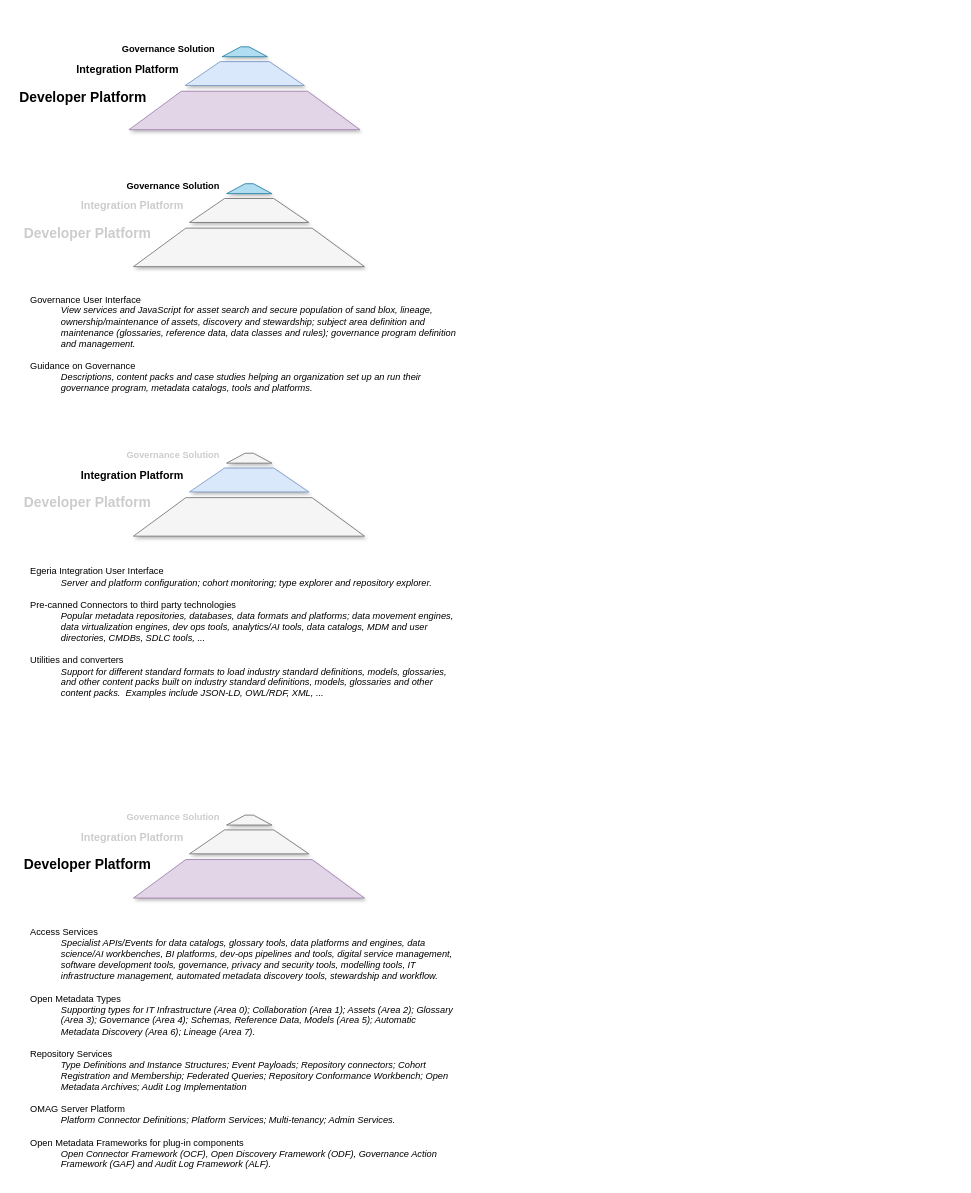
This is page "functional-detail" (2 of 13) of open-metadata-publication/website/roadmap/egeria-status.drawio from odpi/egeria, a draw.io file, before an edit. Source tidied: cells renumbered, new cells numbered last; positions are measured from the earlier drawing's top-left corner, leaving out a move shared by most shapes. Both pictures are drawn from the tidied source at 77%, with x=0, y=0 at pixel (13, 41).
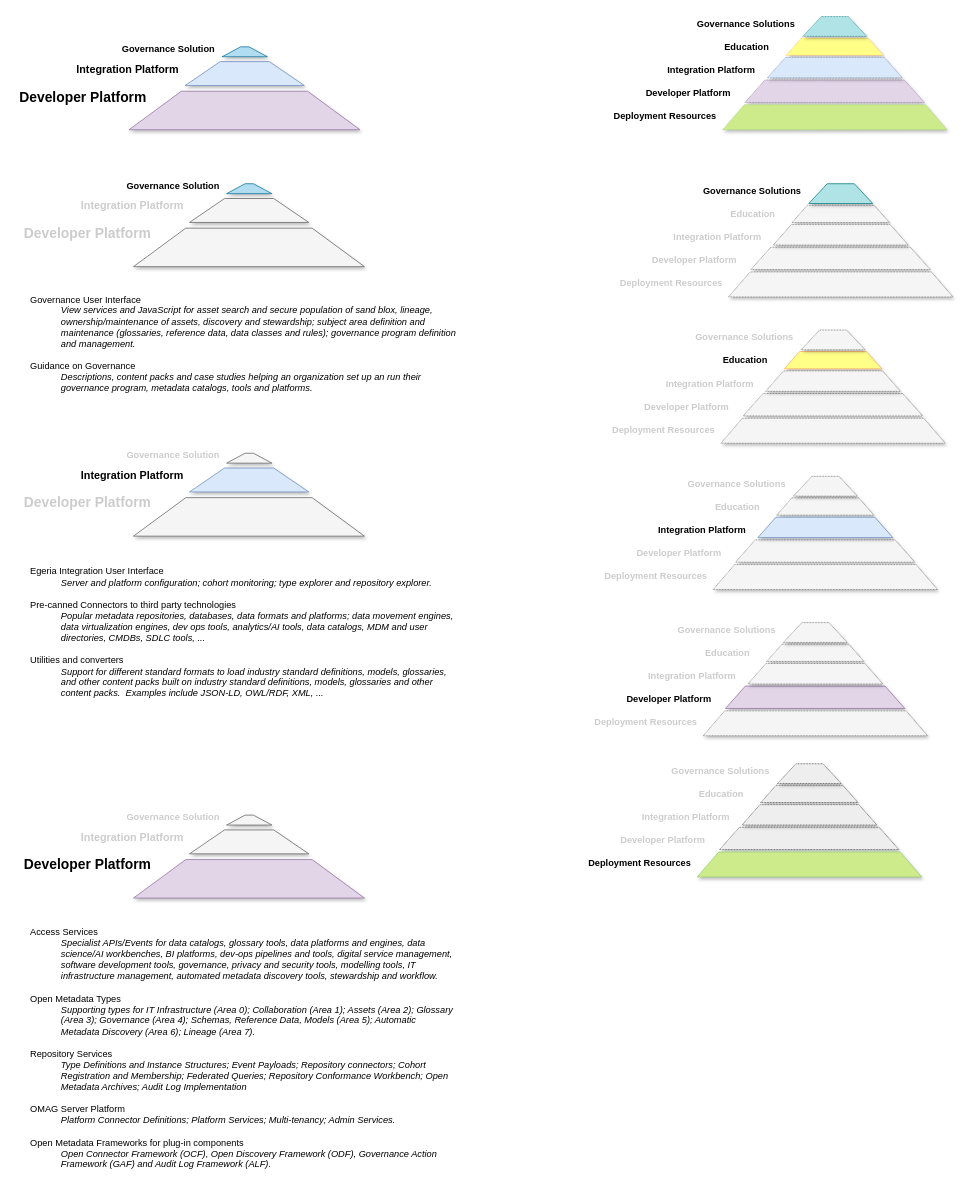
Above is the later version.

The edit, as a diff of the source:
```diff
@@
-    <mxCell id="6" style="shape=trapezoid;perimeter=trapezoidPerimeter;whiteSpace=wrap;html=1;size=0.4080244814688881;fillColor=#b1ddf0;strokeColor=#10739e;shadow=1;fontSize=12;" parent="1" vertex="1">
+    <mxCell id="6" style="shape=trapezoid;perimeter=trapezoidPerimeter;whiteSpace=wrap;html=1;size=0.4080244814688881;fillColor=#b1ddf0;strokeColor=#10739e;shadow=1;fontSize=16;" parent="1" vertex="1">
       <mxGeometry x="271" y="7.3" width="58.8" height="12.9" as="geometry" />
     </mxCell>
@@
-    <mxCell id="13" style="shape=trapezoid;perimeter=trapezoidPerimeter;whiteSpace=wrap;html=1;size=0.4080244814688881;fillColor=#b1ddf0;strokeColor=#10739e;shadow=1;fontSize=12;" parent="1" vertex="1">
+    <mxCell id="13" style="shape=trapezoid;perimeter=trapezoidPerimeter;whiteSpace=wrap;html=1;size=0.4080244814688881;fillColor=#b1ddf0;strokeColor=#10739e;shadow=1;fontSize=16;" parent="1" vertex="1">
       <mxGeometry x="276.8" y="185.1" width="58.8" height="12.9" as="geometry" />
     </mxCell>
@@
+    <mxCell id="29" value="Governance Solutions" style="text;html=1;align=center;verticalAlign=middle;fontSize=12;fontStyle=1;" parent="1" vertex="1">
+      <mxGeometry x="881" y="-32" width="140" height="20" as="geometry" />
+    </mxCell>
+    <mxCell id="30" value="Developer Platform" style="text;html=1;align=center;verticalAlign=middle;fontSize=12;fontStyle=1;shadow=0;rounded=1;" parent="1" vertex="1">
+      <mxGeometry x="811" y="58" width="130" height="20" as="geometry" />
+    </mxCell>
+    <mxCell id="31" value="Deployment Resources" style="text;html=1;align=center;verticalAlign=middle;fontSize=12;fontStyle=1;shadow=0;rounded=1;" parent="1" vertex="1">
+      <mxGeometry x="771" y="87.6" width="150" height="20" as="geometry" />
+    </mxCell>
+    <mxCell id="32" value="Integration Platform" style="text;html=1;align=center;verticalAlign=middle;fontSize=12;fontStyle=1;" parent="1" vertex="1">
+      <mxGeometry x="841" y="28" width="130" height="20" as="geometry" />
+    </mxCell>
+    <mxCell id="33" value="Education" style="text;html=1;align=center;verticalAlign=middle;fontSize=12;fontStyle=1;" parent="1" vertex="1">
+      <mxGeometry x="917" y="-2" width="70" height="20" as="geometry" />
+    </mxCell>
+    <mxCell id="34" style="group;" parent="1" vertex="1">
+      <mxGeometry x="921" y="-32" width="291.4" height="147" as="geometry" />
+    </mxCell>
+    <mxCell id="35" style="shape=trapezoid;perimeter=trapezoidPerimeter;whiteSpace=wrap;html=1;size=0.11089108910891089;fillColor=#e1d5e7;strokeColor=#9673a6;shadow=1;dashed=1;dashPattern=1 1;" parent="34" vertex="1">
+      <mxGeometry x="29" y="82.4" width="232.9" height="29.1" as="geometry" />
+    </mxCell>
+    <mxCell id="36" style="shape=trapezoid;perimeter=trapezoidPerimeter;whiteSpace=wrap;html=1;size=0.15714285714285714;fillColor=#ffff88;strokeColor=#FFB366;shadow=1;dashed=1;dashPattern=1 1;" parent="34" vertex="1">
+      <mxGeometry x="82.5" y="27.9" width="126.3" height="22.5" as="geometry" />
+    </mxCell>
+    <mxCell id="37" style="shape=trapezoid;perimeter=trapezoidPerimeter;whiteSpace=wrap;html=1;size=0.28888888888888886;fillColor=#b0e3e6;strokeColor=#0e8088;shadow=1;fontSize=12;dashed=1;dashPattern=1 1;" parent="34" vertex="1">
+      <mxGeometry x="104.2" width="83" height="25.7" as="geometry" />
+    </mxCell>
+    <mxCell id="38" style="shape=trapezoid;perimeter=trapezoidPerimeter;whiteSpace=wrap;html=1;size=0.13333333333333333;fillColor=#dae8fc;strokeColor=#6c8ebf;shadow=1;dashed=1;dashPattern=1 1;" parent="34" vertex="1">
+      <mxGeometry x="58.1" y="53.1" width="175.2" height="26.5" as="geometry" />
+    </mxCell>
+    <mxCell id="39" style="shape=trapezoid;perimeter=trapezoidPerimeter;whiteSpace=wrap;html=1;size=0.09583333333333334;fillColor=#cdeb8b;strokeColor=#97D077;shadow=1;dashed=1;dashPattern=1 1;" parent="34" vertex="1">
+      <mxGeometry y="114.6" width="291.4" height="32.4" as="geometry" />
+    </mxCell>
+    <mxCell id="40" value="Governance Solutions" style="text;html=1;align=center;verticalAlign=middle;fontSize=12;fontStyle=1;fontColor=#CCCCCC;" parent="1" vertex="1">
+      <mxGeometry x="848" y="938.4" width="140" height="20" as="geometry" />
+    </mxCell>
+    <mxCell id="41" value="Developer Platform" style="text;html=1;align=center;verticalAlign=middle;fontSize=12;fontStyle=1;shadow=0;rounded=1;fontColor=#CCCCCC;" parent="1" vertex="1">
+      <mxGeometry x="778" y="1028.4" width="130" height="20" as="geometry" />
+    </mxCell>
+    <mxCell id="42" value="Deployment Resources" style="text;html=1;align=center;verticalAlign=middle;fontSize=12;fontStyle=1;shadow=0;rounded=1;" parent="1" vertex="1">
+      <mxGeometry x="738" y="1058" width="150" height="20" as="geometry" />
+    </mxCell>
+    <mxCell id="43" value="Integration Platform" style="text;html=1;align=center;verticalAlign=middle;fontSize=12;fontStyle=1;fontColor=#CCCCCC;" parent="1" vertex="1">
+      <mxGeometry x="808" y="998.4" width="130" height="20" as="geometry" />
+    </mxCell>
+    <mxCell id="44" value="Education" style="text;html=1;align=center;verticalAlign=middle;fontSize=12;fontStyle=1;fontColor=#CCCCCC;" parent="1" vertex="1">
+      <mxGeometry x="884" y="968.4" width="70" height="20" as="geometry" />
+    </mxCell>
+    <mxCell id="45" value="Governance Solutions" style="text;html=1;align=center;verticalAlign=middle;fontSize=12;fontStyle=1;" parent="1" vertex="1">
+      <mxGeometry x="888.7" y="185.1" width="140" height="20" as="geometry" />
+    </mxCell>
+    <mxCell id="46" value="Developer Platform" style="text;html=1;align=center;verticalAlign=middle;fontSize=12;fontStyle=1;shadow=0;rounded=1;fontColor=#CCCCCC;" parent="1" vertex="1">
+      <mxGeometry x="818.7" y="275.1" width="130" height="20" as="geometry" />
+    </mxCell>
+    <mxCell id="47" value="Deployment Resources" style="text;html=1;align=center;verticalAlign=middle;fontSize=12;fontStyle=1;shadow=0;rounded=1;fontColor=#CCCCCC;" parent="1" vertex="1">
+      <mxGeometry x="778.7" y="304.7" width="150" height="20" as="geometry" />
+    </mxCell>
+    <mxCell id="48" value="Integration Platform" style="text;html=1;align=center;verticalAlign=middle;fontSize=12;fontStyle=1;fontColor=#CCCCCC;" parent="1" vertex="1">
+      <mxGeometry x="848.7" y="245.1" width="130" height="20" as="geometry" />
+    </mxCell>
+    <mxCell id="49" value="Education" style="text;html=1;align=center;verticalAlign=middle;fontSize=12;fontStyle=1;fontColor=#CCCCCC;fillColor=none;strokeColor=none;dashed=1;dashPattern=1 1;" parent="1" vertex="1">
+      <mxGeometry x="924.7" y="215.1" width="70" height="20" as="geometry" />
+    </mxCell>
+    <mxCell id="50" value="Governance Solutions" style="text;html=1;align=center;verticalAlign=middle;fontSize=12;fontStyle=1;fontColor=#CCCCCC;" parent="1" vertex="1">
+      <mxGeometry x="878.7" y="375.1" width="140" height="20" as="geometry" />
+    </mxCell>
+    <mxCell id="51" value="Developer Platform" style="text;html=1;align=center;verticalAlign=middle;fontSize=12;fontStyle=1;shadow=0;rounded=1;fontColor=#CCCCCC;" parent="1" vertex="1">
+      <mxGeometry x="808.7" y="465.1" width="130" height="20" as="geometry" />
+    </mxCell>
+    <mxCell id="52" value="Deployment Resources" style="text;html=1;align=center;verticalAlign=middle;fontSize=12;fontStyle=1;shadow=0;rounded=1;fontColor=#CCCCCC;" parent="1" vertex="1">
+      <mxGeometry x="768.7" y="494.7" width="150" height="20" as="geometry" />
+    </mxCell>
+    <mxCell id="53" value="Integration Platform" style="text;html=1;align=center;verticalAlign=middle;fontSize=12;fontStyle=1;fontColor=#CCCCCC;" parent="1" vertex="1">
+      <mxGeometry x="838.7" y="435.1" width="130" height="20" as="geometry" />
+    </mxCell>
+    <mxCell id="54" value="Education" style="text;html=1;align=center;verticalAlign=middle;fontSize=12;fontStyle=1;" parent="1" vertex="1">
+      <mxGeometry x="914.7" y="405.1" width="70" height="20" as="geometry" />
+    </mxCell>
+    <mxCell id="55" value="Governance Solutions" style="text;html=1;align=center;verticalAlign=middle;fontSize=12;fontStyle=1;fontColor=#CCCCCC;" parent="1" vertex="1">
+      <mxGeometry x="868.7" y="565.1" width="140" height="20" as="geometry" />
+    </mxCell>
+    <mxCell id="56" value="Developer Platform" style="text;html=1;align=center;verticalAlign=middle;fontSize=12;fontStyle=1;shadow=0;rounded=1;fontColor=#CCCCCC;" parent="1" vertex="1">
+      <mxGeometry x="798.7" y="655.1" width="130" height="20" as="geometry" />
+    </mxCell>
+    <mxCell id="57" value="Deployment Resources" style="text;html=1;align=center;verticalAlign=middle;fontSize=12;fontStyle=1;shadow=0;rounded=1;fontColor=#CCCCCC;" parent="1" vertex="1">
+      <mxGeometry x="758.7" y="684.7" width="150" height="20" as="geometry" />
+    </mxCell>
+    <mxCell id="58" value="Integration Platform" style="text;html=1;align=center;verticalAlign=middle;fontSize=12;fontStyle=1;" parent="1" vertex="1">
+      <mxGeometry x="828.7" y="625.1" width="130" height="20" as="geometry" />
+    </mxCell>
+    <mxCell id="59" value="Education" style="text;html=1;align=center;verticalAlign=middle;fontSize=12;fontStyle=1;fontColor=#CCCCCC;" parent="1" vertex="1">
+      <mxGeometry x="904.7" y="595.1" width="70" height="20" as="geometry" />
+    </mxCell>
+    <mxCell id="60" value="Governance Solutions" style="text;html=1;align=center;verticalAlign=middle;fontSize=12;fontStyle=1;fontColor=#CCCCCC;" parent="1" vertex="1">
+      <mxGeometry x="855.7" y="755.1" width="140" height="20" as="geometry" />
+    </mxCell>
+    <mxCell id="61" value="Developer Platform" style="text;html=1;align=center;verticalAlign=middle;fontSize=12;fontStyle=1;shadow=0;rounded=1;" parent="1" vertex="1">
+      <mxGeometry x="785.7" y="845.1" width="130" height="20" as="geometry" />
+    </mxCell>
+    <mxCell id="62" value="Deployment Resources" style="text;html=1;align=center;verticalAlign=middle;fontSize=12;fontStyle=1;shadow=0;rounded=1;fontColor=#CCCCCC;" parent="1" vertex="1">
+      <mxGeometry x="745.7" y="874.7" width="150" height="20" as="geometry" />
+    </mxCell>
+    <mxCell id="63" value="Integration Platform" style="text;html=1;align=center;verticalAlign=middle;fontSize=12;fontStyle=1;fontColor=#CCCCCC;" parent="1" vertex="1">
+      <mxGeometry x="815.7" y="815.1" width="130" height="20" as="geometry" />
+    </mxCell>
+    <mxCell id="64" value="Education" style="text;html=1;align=center;verticalAlign=middle;fontSize=12;fontStyle=1;fontColor=#CCCCCC;" parent="1" vertex="1">
+      <mxGeometry x="891.7" y="785.1" width="70" height="20" as="geometry" />
+    </mxCell>
+    <mxCell id="65" style="shape=trapezoid;perimeter=trapezoidPerimeter;whiteSpace=wrap;html=1;size=0.11089108910891089;fillColor=#e1d5e7;strokeColor=#9673a6;shadow=1;" parent="1" vertex="1">
+      <mxGeometry x="924.7" y="837.5" width="232.9" height="29.1" as="geometry" />
+    </mxCell>
+    <mxCell id="66" style="shape=trapezoid;perimeter=trapezoidPerimeter;whiteSpace=wrap;html=1;size=0.15714285714285714;fillColor=#f5f5f5;strokeColor=#666666;shadow=1;fontColor=#333333;dashed=1;dashPattern=1 1;" parent="1" vertex="1">
+      <mxGeometry x="978.2" y="783" width="126.3" height="22.5" as="geometry" />
+    </mxCell>
+    <mxCell id="67" style="shape=trapezoid;perimeter=trapezoidPerimeter;whiteSpace=wrap;html=1;size=0.28888888888888886;fillColor=#f5f5f5;strokeColor=#666666;shadow=1;fontSize=12;fontColor=#333333;dashed=1;dashPattern=1 1;" parent="1" vertex="1">
+      <mxGeometry x="999.9" y="755.1" width="83" height="25.7" as="geometry" />
+    </mxCell>
+    <mxCell id="68" style="shape=trapezoid;perimeter=trapezoidPerimeter;whiteSpace=wrap;html=1;size=0.13333333333333333;fillColor=#f5f5f5;strokeColor=#666666;shadow=1;fontColor=#333333;dashed=1;dashPattern=1 1;" parent="1" vertex="1">
+      <mxGeometry x="953.8" y="808.2" width="175.2" height="26.5" as="geometry" />
+    </mxCell>
+    <mxCell id="69" style="shape=trapezoid;perimeter=trapezoidPerimeter;whiteSpace=wrap;html=1;size=0.09583333333333334;fillColor=#f5f5f5;strokeColor=#666666;shadow=1;fontColor=#333333;dashed=1;dashPattern=1 1;" parent="1" vertex="1">
+      <mxGeometry x="895.7" y="869.7" width="291.4" height="32.4" as="geometry" />
+    </mxCell>
+    <mxCell id="70" style="shape=trapezoid;perimeter=trapezoidPerimeter;whiteSpace=wrap;html=1;size=0.11089108910891089;fillColor=#f5f5f5;strokeColor=#666666;shadow=1;fontColor=#333333;dashed=1;dashPattern=1 1;" parent="1" vertex="1">
+      <mxGeometry x="937.7" y="647.5" width="232.9" height="29.1" as="geometry" />
+    </mxCell>
+    <mxCell id="71" style="shape=trapezoid;perimeter=trapezoidPerimeter;whiteSpace=wrap;html=1;size=0.15714285714285714;fillColor=#f5f5f5;strokeColor=#666666;shadow=1;fontColor=#333333;dashed=1;dashPattern=1 1;" parent="1" vertex="1">
+      <mxGeometry x="991.2" y="593" width="126.3" height="22.5" as="geometry" />
+    </mxCell>
+    <mxCell id="72" style="shape=trapezoid;perimeter=trapezoidPerimeter;whiteSpace=wrap;html=1;size=0.28888888888888886;fillColor=#f5f5f5;strokeColor=#666666;shadow=1;fontSize=12;fontColor=#333333;dashed=1;dashPattern=1 1;" parent="1" vertex="1">
+      <mxGeometry x="1012.9" y="565.1" width="83" height="25.7" as="geometry" />
+    </mxCell>
+    <mxCell id="73" style="shape=trapezoid;perimeter=trapezoidPerimeter;whiteSpace=wrap;html=1;size=0.13333333333333333;fillColor=#dae8fc;strokeColor=#6c8ebf;shadow=1;" parent="1" vertex="1">
+      <mxGeometry x="966.8" y="618.2" width="175.2" height="26.5" as="geometry" />
+    </mxCell>
+    <mxCell id="74" style="shape=trapezoid;perimeter=trapezoidPerimeter;whiteSpace=wrap;html=1;size=0.09583333333333334;fillColor=#f5f5f5;strokeColor=#666666;shadow=1;fontColor=#333333;dashed=1;dashPattern=1 1;" parent="1" vertex="1">
+      <mxGeometry x="908.7" y="679.7" width="291.4" height="32.4" as="geometry" />
+    </mxCell>
+    <mxCell id="75" style="shape=trapezoid;perimeter=trapezoidPerimeter;whiteSpace=wrap;html=1;size=0.11089108910891089;fillColor=#f5f5f5;strokeColor=#666666;shadow=1;fontColor=#333333;dashed=1;dashPattern=1 1;" parent="1" vertex="1">
+      <mxGeometry x="947.7" y="457.5" width="232.9" height="29.1" as="geometry" />
+    </mxCell>
+    <mxCell id="76" style="shape=trapezoid;perimeter=trapezoidPerimeter;whiteSpace=wrap;html=1;size=0.15714285714285714;fillColor=#ffff88;strokeColor=#FFB366;shadow=1;" parent="1" vertex="1">
+      <mxGeometry x="1001.2" y="403" width="126.3" height="22.5" as="geometry" />
+    </mxCell>
+    <mxCell id="77" style="shape=trapezoid;perimeter=trapezoidPerimeter;whiteSpace=wrap;html=1;size=0.28888888888888886;fillColor=#f5f5f5;strokeColor=#666666;shadow=1;fontSize=12;fontColor=#333333;dashed=1;dashPattern=1 1;" parent="1" vertex="1">
+      <mxGeometry x="1022.9" y="375.1" width="83" height="25.7" as="geometry" />
+    </mxCell>
+    <mxCell id="78" style="shape=trapezoid;perimeter=trapezoidPerimeter;whiteSpace=wrap;html=1;size=0.13333333333333333;fillColor=#f5f5f5;strokeColor=#666666;shadow=1;fontColor=#333333;dashed=1;dashPattern=1 1;" parent="1" vertex="1">
+      <mxGeometry x="976.8" y="428.2" width="175.2" height="26.5" as="geometry" />
+    </mxCell>
+    <mxCell id="79" style="shape=trapezoid;perimeter=trapezoidPerimeter;whiteSpace=wrap;html=1;size=0.09583333333333334;fillColor=#f5f5f5;strokeColor=#666666;shadow=1;fontColor=#333333;dashed=1;dashPattern=1 1;" parent="1" vertex="1">
+      <mxGeometry x="918.7" y="489.7" width="291.4" height="32.4" as="geometry" />
+    </mxCell>
+    <mxCell id="80" style="shape=trapezoid;perimeter=trapezoidPerimeter;whiteSpace=wrap;html=1;size=0.11089108910891089;fillColor=#f5f5f5;strokeColor=#666666;shadow=1;fontColor=#333333;dashed=1;dashPattern=1 1;" parent="1" vertex="1">
+      <mxGeometry x="957.7" y="267.5" width="232.9" height="29.1" as="geometry" />
+    </mxCell>
+    <mxCell id="81" style="shape=trapezoid;perimeter=trapezoidPerimeter;whiteSpace=wrap;html=1;size=0.15714285714285714;fillColor=#f5f5f5;strokeColor=#666666;shadow=1;fontColor=#333333;dashed=1;dashPattern=1 1;" parent="1" vertex="1">
+      <mxGeometry x="1011.2" y="213" width="126.3" height="22.5" as="geometry" />
+    </mxCell>
+    <mxCell id="82" style="shape=trapezoid;perimeter=trapezoidPerimeter;whiteSpace=wrap;html=1;size=0.28888888888888886;fillColor=#b0e3e6;strokeColor=#0e8088;shadow=1;fontSize=12;" parent="1" vertex="1">
+      <mxGeometry x="1032.9" y="185.1" width="83" height="25.7" as="geometry" />
+    </mxCell>
+    <mxCell id="83" style="shape=trapezoid;perimeter=trapezoidPerimeter;whiteSpace=wrap;html=1;size=0.13333333333333333;fillColor=#f5f5f5;strokeColor=#666666;shadow=1;fontColor=#333333;dashed=1;dashPattern=1 1;" parent="1" vertex="1">
+      <mxGeometry x="986.8" y="238.2" width="175.2" height="26.5" as="geometry" />
+    </mxCell>
+    <mxCell id="84" style="shape=trapezoid;perimeter=trapezoidPerimeter;whiteSpace=wrap;html=1;size=0.09583333333333334;fillColor=#f5f5f5;strokeColor=#666666;shadow=1;fontColor=#333333;dashed=1;dashPattern=1 1;" parent="1" vertex="1">
+      <mxGeometry x="928.7" y="299.7" width="291.4" height="32.4" as="geometry" />
+    </mxCell>
+    <mxCell id="85" style="shape=trapezoid;perimeter=trapezoidPerimeter;whiteSpace=wrap;html=1;size=0.11089108910891089;fillColor=#eeeeee;strokeColor=#36393d;shadow=1;dashed=1;dashPattern=1 1;" parent="1" vertex="1">
+      <mxGeometry x="917" y="1020.8" width="232.9" height="29.1" as="geometry" />
+    </mxCell>
+    <mxCell id="86" style="shape=trapezoid;perimeter=trapezoidPerimeter;whiteSpace=wrap;html=1;size=0.15714285714285714;fillColor=#eeeeee;strokeColor=#36393d;shadow=1;dashed=1;dashPattern=1 1;" parent="1" vertex="1">
+      <mxGeometry x="970.5" y="966.3" width="126.3" height="22.5" as="geometry" />
+    </mxCell>
+    <mxCell id="87" style="shape=trapezoid;perimeter=trapezoidPerimeter;whiteSpace=wrap;html=1;size=0.28888888888888886;fillColor=#eeeeee;strokeColor=#36393d;shadow=1;fontSize=12;dashed=1;dashPattern=1 1;" parent="1" vertex="1">
+      <mxGeometry x="992.2" y="938.4" width="83" height="25.7" as="geometry" />
+    </mxCell>
+    <mxCell id="88" style="shape=trapezoid;perimeter=trapezoidPerimeter;whiteSpace=wrap;html=1;size=0.13333333333333333;fillColor=#eeeeee;strokeColor=#36393d;shadow=1;dashed=1;dashPattern=1 1;" parent="1" vertex="1">
+      <mxGeometry x="946.1" y="991.5" width="175.2" height="26.5" as="geometry" />
+    </mxCell>
+    <mxCell id="89" style="shape=trapezoid;perimeter=trapezoidPerimeter;whiteSpace=wrap;html=1;size=0.09583333333333334;fillColor=#cdeb8b;strokeColor=#97D077;shadow=1;" parent="1" vertex="1">
+      <mxGeometry x="888" y="1053" width="291.4" height="32.4" as="geometry" />
+    </mxCell>
```
